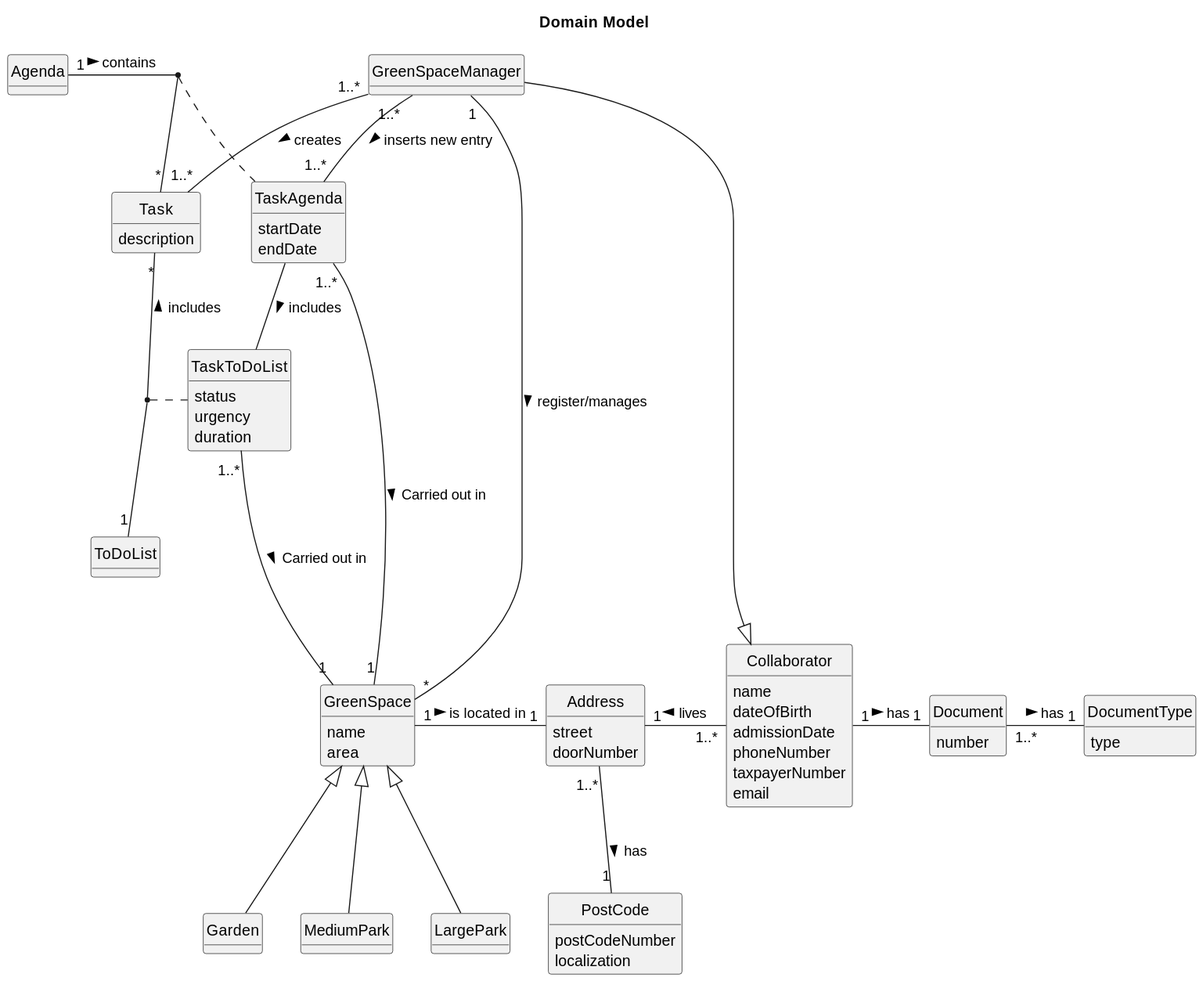
Before: docs/sprint3/us22/02.analysis/svg/us22-domain-model.svg, a diagram exported from PlantUML (Departamento-de-Engenharia-Informatica/lei-24-s2-1db-g022). Source of this version:
```plantuml
@startuml
skinparam monochrome true
skinparam packageStyle rectangle
skinparam shadowing false
skinparam classAttributeIconSize 0
hide circle
hide methods

title Domain Model

class Collaborator {
    name
    dateOfBirth
    admissionDate
    phoneNumber
    taxpayerNumber
    email
}

class Document{
    number
}

class DocumentType{
    type
}

class Address {
    street
    doorNumber
}

class PostCode{
    postCodeNumber
    localization
}

class GreenSpaceManager {
}

class GreenSpace {
    name
    area
}

class Garden {
}

class MediumPark {
}

class LargePark {
}

class ToDoList {
}

class TaskToDoList{
    status
    urgency
    duration
}

class TaskAgenda{
    startDate
    endDate
}

class Task {
    description
}

class Agenda{
}

Address "1..*" -- "1" PostCode : has >

Document "1..*" - "1" DocumentType : has >

Collaborator "1" - "1" Document : has >
GreenSpaceManager  -|>  Collaborator
Address "1" - "1..*" Collaborator : lives <

GreenSpaceManager "1" - "*" GreenSpace : register/manages >
GreenSpaceManager "1..*" -- "1..*" Task : creates >
GreenSpaceManager "1..*" - "1..*" TaskAgenda : inserts new entry >

GreenSpace "1" - "1" Address : is located in >
GreenSpace <|-- Garden
GreenSpace <|-- MediumPark
GreenSpace <|-- LargePark

TaskAgenda "1..*" ---- "1" GreenSpace :  Carried out in  >
TaskToDoList "1..*" --- "1" GreenSpace :  Carried out in  >

Task "*" -- "1" ToDoList : includes <

Agenda "1" - "*" Task : contains >


(Task,ToDoList) .. TaskToDoList
(Task,Agenda) .. TaskAgenda

TaskAgenda - TaskToDoList : includes >
@enduml
```
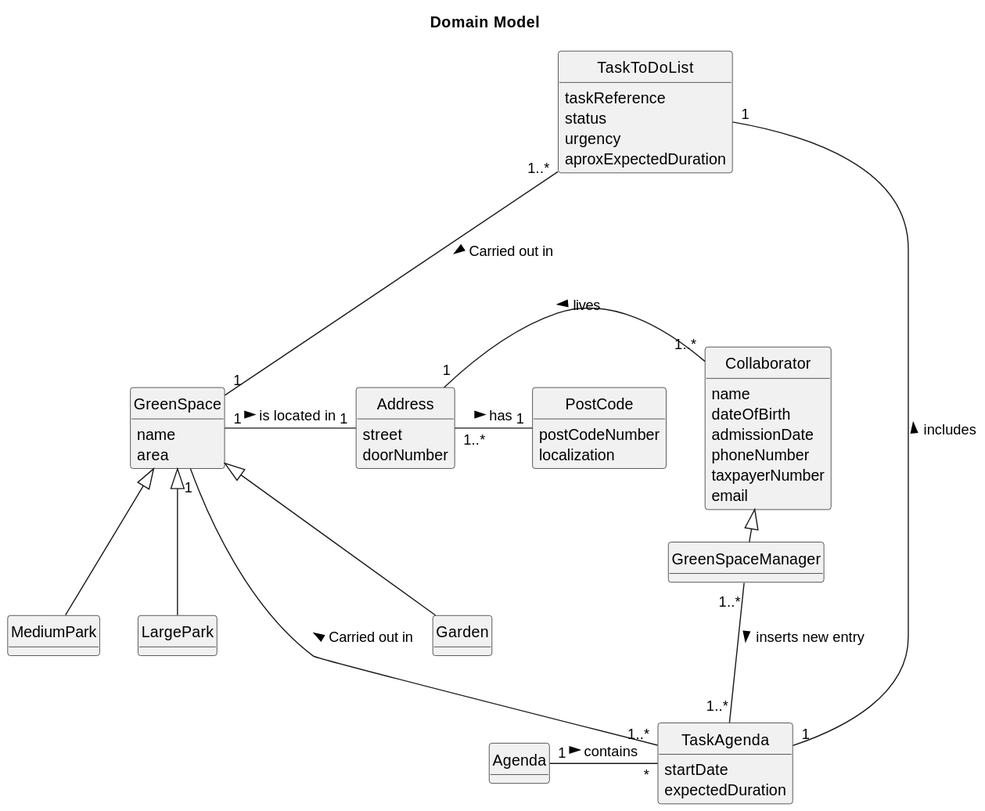
After the commit.

What changed in the source:
```diff
@@ -15,14 +15,6 @@
     phoneNumber
     taxpayerNumber
     email
-}
-
-class Document{
-    number
-}
-
-class DocumentType{
-    type
 }
 
 class Address {
@@ -52,54 +44,35 @@
 class LargePark {
 }
 
-class ToDoList {
-}
-
 class TaskToDoList{
+    taskReference
     status
     urgency
-    duration
+    aproxExpectedDuration
 }
 
 class TaskAgenda{
     startDate
-    endDate
-}
-
-class Task {
-    description
+    expectedDuration
 }
 
 class Agenda{
 }
 
-Address "1..*" -- "1" PostCode : has >
+Address "1..*" - "1" PostCode : has >
 
-Document "1..*" - "1" DocumentType : has >
+GreenSpaceManager  -l|>  Collaborator
+Address "1" -r "1..*" Collaborator : lives <
 
-Collaborator "1" - "1" Document : has >
-GreenSpaceManager  -|>  Collaborator
-Address "1" - "1..*" Collaborator : lives <
-
-GreenSpaceManager "1" - "*" GreenSpace : register/manages >
-GreenSpaceManager "1..*" -- "1..*" Task : creates >
 GreenSpaceManager "1..*" - "1..*" TaskAgenda : inserts new entry >
 
+GreenSpace <|-- MediumPark
+GreenSpace <|-- Garden
+GreenSpace <|-- LargePark
 GreenSpace "1" - "1" Address : is located in >
-GreenSpace <|-- Garden
-GreenSpace <|-- MediumPark
-GreenSpace <|-- LargePark
 
-TaskAgenda "1..*" ---- "1" GreenSpace :  Carried out in  >
+TaskAgenda "1..*" -u-- "1" GreenSpace :  Carried out in  >
 TaskToDoList "1..*" --- "1" GreenSpace :  Carried out in  >
-
-Task "*" -- "1" ToDoList : includes <
-
-Agenda "1" - "*" Task : contains >
-
-
-(Task,ToDoList) .. TaskToDoList
-(Task,Agenda) .. TaskAgenda
-
-TaskAgenda - TaskToDoList : includes >
+Agenda "1" - "*" TaskAgenda : contains >
+TaskAgenda "1" -u "1" TaskToDoList : includes >
 @enduml
```
